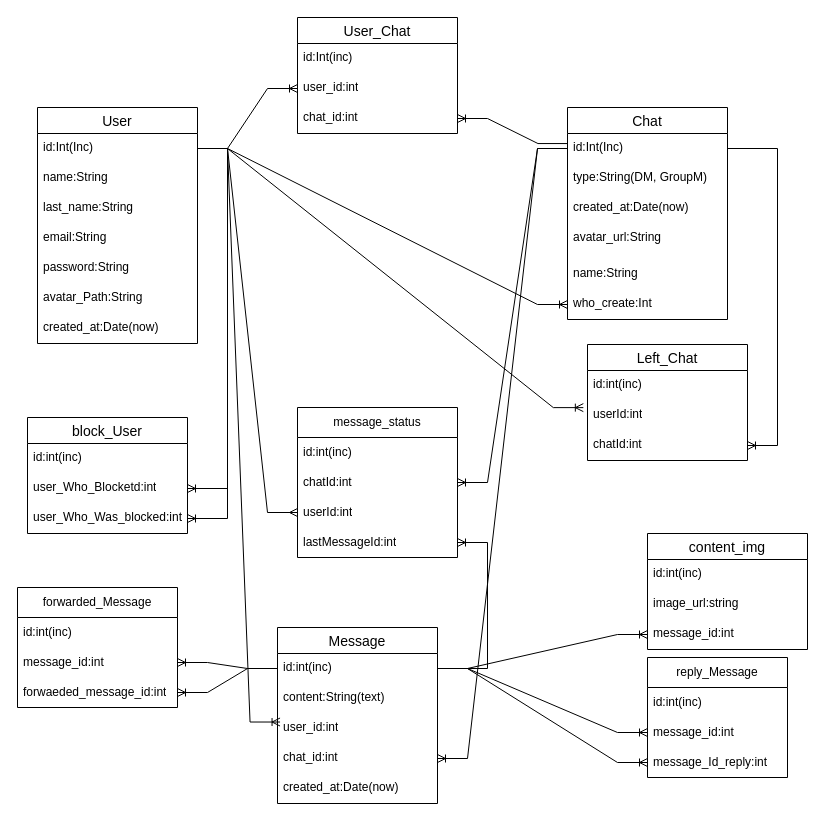
The draw.io diagram Диаграмма без названия.drawio in lam1to/TestChat, before the edit. Source tidied: cells renumbered, new cells numbered last; positions are measured from the earlier drawing's top-left corner, leaving out a move shared by most shapes. Both pictures are drawn from the tidied source at 100%, with x=0, y=0 at pixel (-123, 17).
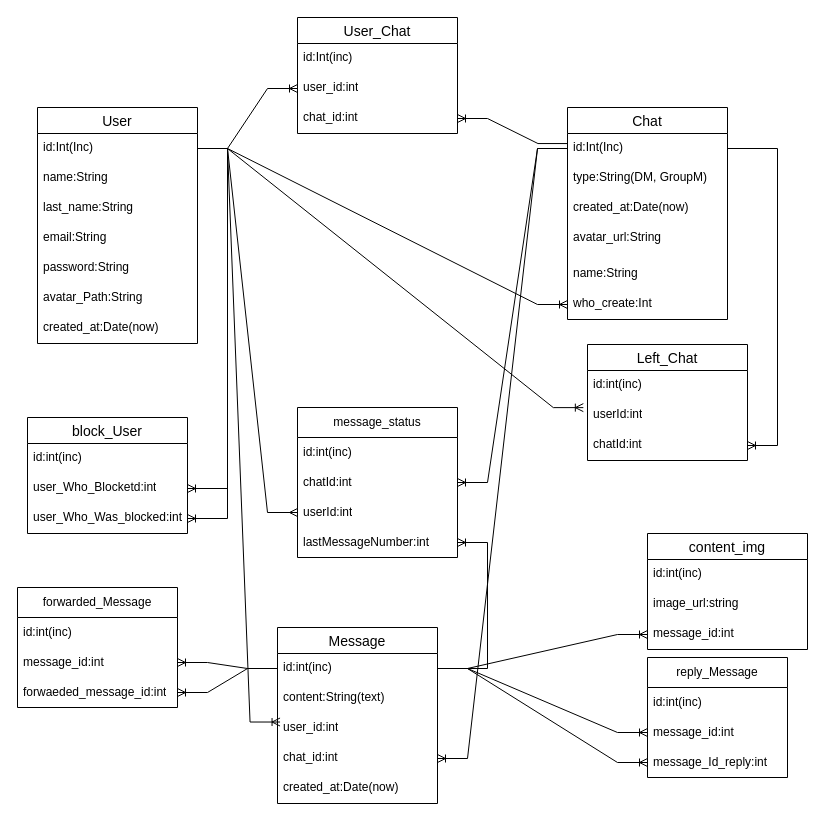
After the change.

The change refers to these unchanged cells:
```xml
<mxCell id="63" value="message_status" style="swimlane;fontStyle=0;horizontal=1;startSize=30;whiteSpace=wrap;html=1;" parent="1" vertex="1">
  <mxGeometry x="420" y="390" width="160" height="150" as="geometry" />
</mxCell>
```

Change to the diagram source:
```diff
@@
-    <mxCell id="67" value="lastMessageId:int" style="text;strokeColor=none;fillColor=none;align=left;verticalAlign=middle;spacingLeft=4;spacingRight=4;overflow=hidden;points=[[0,0.5],[1,0.5]];portConstraint=eastwest;whiteSpace=wrap;html=1;" parent="63" vertex="1">
+    <mxCell id="67" value="lastMessageNumber:int" style="text;strokeColor=none;fillColor=none;align=left;verticalAlign=middle;spacingLeft=4;spacingRight=4;overflow=hidden;points=[[0,0.5],[1,0.5]];portConstraint=eastwest;whiteSpace=wrap;html=1;" parent="63" vertex="1">
       <mxGeometry y="120" width="160" height="30" as="geometry" />
     </mxCell>
```
